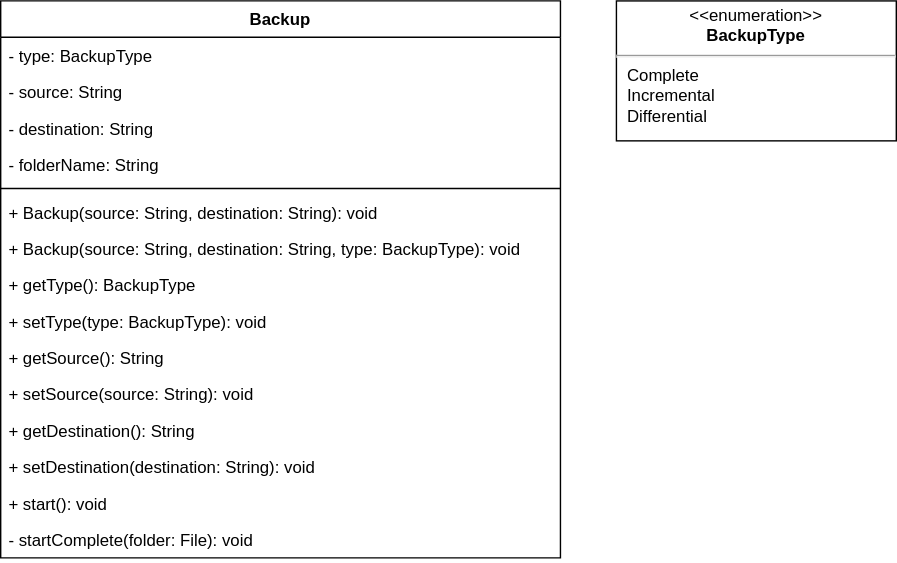
The draw.io diagram diagrams/classes.drawio.svg in MickTK/BackupSystem, before a commit. Source tidied: cells renumbered, new cells last; positions are measured from the earlier drawing's top-left corner, leaving out a move shared by most shapes.
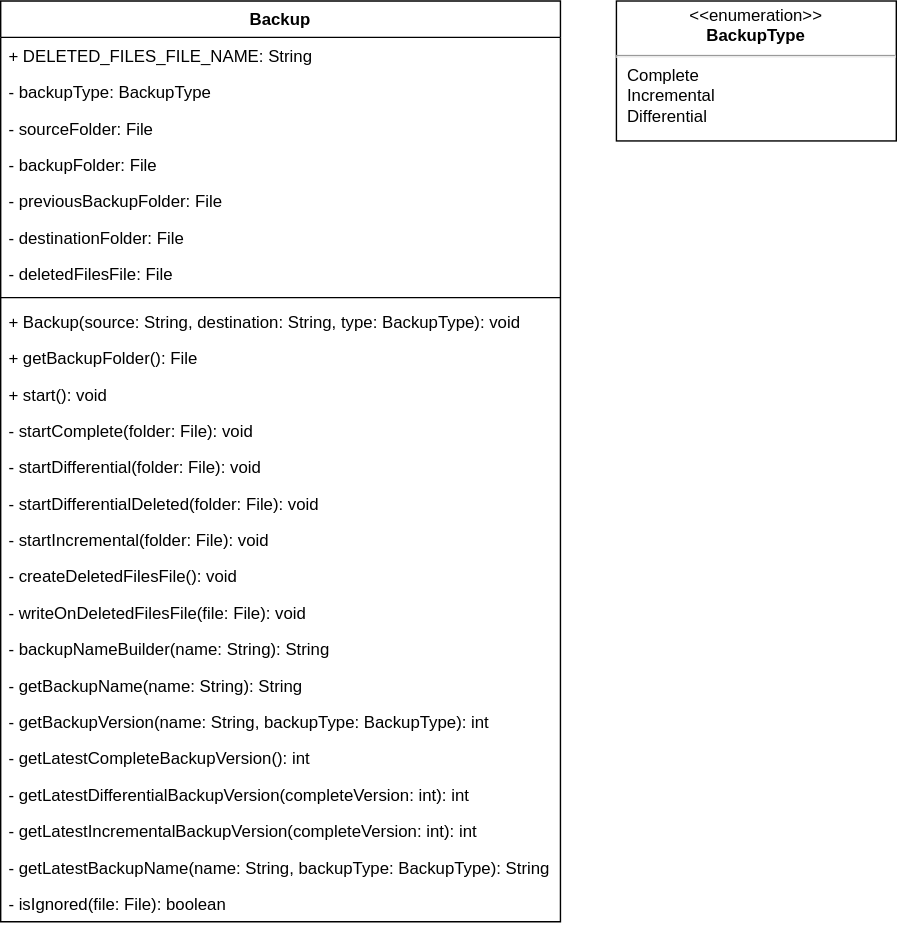
After the commit.

Commit message:
Diagramma e interfaccia

What changed in the source:
```diff
@@ -3,53 +3,83 @@
     <mxCell id="0" />
     <mxCell id="1" parent="0" />
     <mxCell id="2" value="Backup" style="swimlane;fontStyle=1;align=center;verticalAlign=top;horizontal=1;startSize=26;" parent="1" vertex="1">
-      <mxGeometry width="400" height="398" as="geometry" />
+      <mxGeometry width="400" height="658" as="geometry" />
     </mxCell>
-    <mxCell id="3" value="- type: BackupType" style="text;strokeColor=none;fillColor=none;align=left;verticalAlign=top;spacingLeft=4;spacingRight=4;overflow=hidden;" parent="2" vertex="1">
+    <mxCell id="3" value="+ DELETED_FILES_FILE_NAME: String" style="text;strokeColor=none;fillColor=none;align=left;verticalAlign=top;spacingLeft=4;spacingRight=4;overflow=hidden;" parent="2" vertex="1">
       <mxGeometry y="26" width="400" height="26" as="geometry" />
     </mxCell>
-    <mxCell id="4" value="- source: String" style="text;strokeColor=none;fillColor=none;align=left;verticalAlign=top;spacingLeft=4;spacingRight=4;overflow=hidden;" parent="2" vertex="1">
+    <mxCell id="4" value="- backupType: BackupType" style="text;strokeColor=none;fillColor=none;align=left;verticalAlign=top;spacingLeft=4;spacingRight=4;overflow=hidden;" parent="2" vertex="1">
       <mxGeometry y="52" width="400" height="26" as="geometry" />
     </mxCell>
-    <mxCell id="5" value="- destination: String" style="text;strokeColor=none;fillColor=none;align=left;verticalAlign=top;spacingLeft=4;spacingRight=4;overflow=hidden;" parent="2" vertex="1">
+    <mxCell id="5" value="- sourceFolder: File" style="text;strokeColor=none;fillColor=none;align=left;verticalAlign=top;spacingLeft=4;spacingRight=4;overflow=hidden;" parent="2" vertex="1">
       <mxGeometry y="78" width="400" height="26" as="geometry" />
     </mxCell>
-    <mxCell id="6" value="- folderName: String" style="text;strokeColor=none;fillColor=none;align=left;verticalAlign=top;spacingLeft=4;spacingRight=4;overflow=hidden;" parent="2" vertex="1">
+    <mxCell id="6" value="- backupFolder: File" style="text;strokeColor=none;fillColor=none;align=left;verticalAlign=top;spacingLeft=4;spacingRight=4;overflow=hidden;" parent="2" vertex="1">
       <mxGeometry y="104" width="400" height="26" as="geometry" />
     </mxCell>
+    <mxCell id="19" value="- previousBackupFolder: File" style="text;strokeColor=none;fillColor=none;align=left;verticalAlign=top;spacingLeft=4;spacingRight=4;overflow=hidden;" parent="2" vertex="1">
+      <mxGeometry y="130" width="400" height="26" as="geometry" />
+    </mxCell>
+    <mxCell id="20" value="- destinationFolder: File" style="text;strokeColor=none;fillColor=none;align=left;verticalAlign=top;spacingLeft=4;spacingRight=4;overflow=hidden;" parent="2" vertex="1">
+      <mxGeometry y="156" width="400" height="26" as="geometry" />
+    </mxCell>
+    <mxCell id="21" value="- deletedFilesFile: File" style="text;strokeColor=none;fillColor=none;align=left;verticalAlign=top;spacingLeft=4;spacingRight=4;overflow=hidden;" parent="2" vertex="1">
+      <mxGeometry y="182" width="400" height="26" as="geometry" />
+    </mxCell>
     <mxCell id="7" style="line;strokeWidth=1;fillColor=none;align=left;verticalAlign=middle;spacingTop=-1;spacingLeft=3;spacingRight=3;labelPosition=right;strokeColor=inherit;" parent="2" vertex="1">
-      <mxGeometry y="130" width="400" height="8" as="geometry" />
+      <mxGeometry y="208" width="400" height="8" as="geometry" />
     </mxCell>
-    <mxCell id="8" value="+ Backup(source: String, destination: String): void" style="text;strokeColor=none;fillColor=none;align=left;verticalAlign=top;spacingLeft=4;spacingRight=4;overflow=hidden;" parent="2" vertex="1">
-      <mxGeometry y="138" width="400" height="26" as="geometry" />
-    </mxCell>
     <mxCell id="9" value="+ Backup(source: String, destination: String, type: BackupType): void" style="text;strokeColor=none;fillColor=none;align=left;verticalAlign=top;spacingLeft=4;spacingRight=4;overflow=hidden;" parent="2" vertex="1">
-      <mxGeometry y="164" width="400" height="26" as="geometry" />
+      <mxGeometry y="216" width="400" height="26" as="geometry" />
     </mxCell>
-    <mxCell id="10" value="+ getType(): BackupType" style="text;strokeColor=none;fillColor=none;align=left;verticalAlign=top;spacingLeft=4;spacingRight=4;overflow=hidden;" parent="2" vertex="1">
-      <mxGeometry y="190" width="400" height="26" as="geometry" />
+    <mxCell id="10" value="+ getBackupFolder(): File" style="text;strokeColor=none;fillColor=none;align=left;verticalAlign=top;spacingLeft=4;spacingRight=4;overflow=hidden;" parent="2" vertex="1">
+      <mxGeometry y="242" width="400" height="26" as="geometry" />
     </mxCell>
-    <mxCell id="11" value="+ setType(type: BackupType): void" style="text;strokeColor=none;fillColor=none;align=left;verticalAlign=top;spacingLeft=4;spacingRight=4;overflow=hidden;" parent="2" vertex="1">
-      <mxGeometry y="216" width="400" height="26" as="geometry" />
+    <mxCell id="11" value="+ start(): void" style="text;strokeColor=none;fillColor=none;align=left;verticalAlign=top;spacingLeft=4;spacingRight=4;overflow=hidden;" parent="2" vertex="1">
+      <mxGeometry y="268" width="400" height="26" as="geometry" />
     </mxCell>
-    <mxCell id="12" value="+ getSource(): String" style="text;strokeColor=none;fillColor=none;align=left;verticalAlign=top;spacingLeft=4;spacingRight=4;overflow=hidden;" parent="2" vertex="1">
-      <mxGeometry y="242" width="400" height="26" as="geometry" />
+    <mxCell id="12" value="- startComplete(folder: File): void" style="text;strokeColor=none;fillColor=none;align=left;verticalAlign=top;spacingLeft=4;spacingRight=4;overflow=hidden;" parent="2" vertex="1">
+      <mxGeometry y="294" width="400" height="26" as="geometry" />
     </mxCell>
-    <mxCell id="13" value="+ setSource(source: String): void" style="text;strokeColor=none;fillColor=none;align=left;verticalAlign=top;spacingLeft=4;spacingRight=4;overflow=hidden;" parent="2" vertex="1">
-      <mxGeometry y="268" width="400" height="26" as="geometry" />
+    <mxCell id="13" value="- startDifferential(folder: File): void" style="text;strokeColor=none;fillColor=none;align=left;verticalAlign=top;spacingLeft=4;spacingRight=4;overflow=hidden;" parent="2" vertex="1">
+      <mxGeometry y="320" width="400" height="26" as="geometry" />
     </mxCell>
-    <mxCell id="14" value="+ getDestination(): String" style="text;strokeColor=none;fillColor=none;align=left;verticalAlign=top;spacingLeft=4;spacingRight=4;overflow=hidden;" parent="2" vertex="1">
-      <mxGeometry y="294" width="400" height="26" as="geometry" />
+    <mxCell id="14" value="- startDifferentialDeleted(folder: File): void" style="text;strokeColor=none;fillColor=none;align=left;verticalAlign=top;spacingLeft=4;spacingRight=4;overflow=hidden;" parent="2" vertex="1">
+      <mxGeometry y="346" width="400" height="26" as="geometry" />
     </mxCell>
-    <mxCell id="15" value="+ setDestination(destination: String): void" style="text;strokeColor=none;fillColor=none;align=left;verticalAlign=top;spacingLeft=4;spacingRight=4;overflow=hidden;" parent="2" vertex="1">
-      <mxGeometry y="320" width="400" height="26" as="geometry" />
+    <mxCell id="15" value="- startIncremental(folder: File): void" style="text;strokeColor=none;fillColor=none;align=left;verticalAlign=top;spacingLeft=4;spacingRight=4;overflow=hidden;" parent="2" vertex="1">
+      <mxGeometry y="372" width="400" height="26" as="geometry" />
     </mxCell>
-    <mxCell id="16" value="+ start(): void" style="text;strokeColor=none;fillColor=none;align=left;verticalAlign=top;spacingLeft=4;spacingRight=4;overflow=hidden;" parent="2" vertex="1">
-      <mxGeometry y="346" width="400" height="26" as="geometry" />
+    <mxCell id="16" value="- createDeletedFilesFile(): void" style="text;strokeColor=none;fillColor=none;align=left;verticalAlign=top;spacingLeft=4;spacingRight=4;overflow=hidden;" parent="2" vertex="1">
+      <mxGeometry y="398" width="400" height="26" as="geometry" />
     </mxCell>
-    <mxCell id="17" value="- startComplete(folder: File): void" style="text;strokeColor=none;fillColor=none;align=left;verticalAlign=top;spacingLeft=4;spacingRight=4;overflow=hidden;" parent="2" vertex="1">
-      <mxGeometry y="372" width="400" height="26" as="geometry" />
+    <mxCell id="17" value="- writeOnDeletedFilesFile(file: File): void" style="text;strokeColor=none;fillColor=none;align=left;verticalAlign=top;spacingLeft=4;spacingRight=4;overflow=hidden;" parent="2" vertex="1">
+      <mxGeometry y="424" width="400" height="26" as="geometry" />
     </mxCell>
+    <mxCell id="22" value="- backupNameBuilder(name: String): String" style="text;strokeColor=none;fillColor=none;align=left;verticalAlign=top;spacingLeft=4;spacingRight=4;overflow=hidden;" parent="2" vertex="1">
+      <mxGeometry y="450" width="400" height="26" as="geometry" />
+    </mxCell>
+    <mxCell id="23" value="- getBackupName(name: String): String" style="text;strokeColor=none;fillColor=none;align=left;verticalAlign=top;spacingLeft=4;spacingRight=4;overflow=hidden;" parent="2" vertex="1">
+      <mxGeometry y="476" width="400" height="26" as="geometry" />
+    </mxCell>
+    <mxCell id="24" value="- getBackupVersion(name: String, backupType: BackupType): int" style="text;strokeColor=none;fillColor=none;align=left;verticalAlign=top;spacingLeft=4;spacingRight=4;overflow=hidden;" parent="2" vertex="1">
+      <mxGeometry y="502" width="400" height="26" as="geometry" />
+    </mxCell>
+    <mxCell id="25" value="- getLatestCompleteBackupVersion(): int" style="text;strokeColor=none;fillColor=none;align=left;verticalAlign=top;spacingLeft=4;spacingRight=4;overflow=hidden;" parent="2" vertex="1">
+      <mxGeometry y="528" width="400" height="26" as="geometry" />
+    </mxCell>
+    <mxCell id="26" value="- getLatestDifferentialBackupVersion(completeVersion: int): int" style="text;strokeColor=none;fillColor=none;align=left;verticalAlign=top;spacingLeft=4;spacingRight=4;overflow=hidden;" parent="2" vertex="1">
+      <mxGeometry y="554" width="400" height="26" as="geometry" />
+    </mxCell>
+    <mxCell id="27" value="- getLatestIncrementalBackupVersion(completeVersion: int): int" style="text;strokeColor=none;fillColor=none;align=left;verticalAlign=top;spacingLeft=4;spacingRight=4;overflow=hidden;" parent="2" vertex="1">
+      <mxGeometry y="580" width="400" height="26" as="geometry" />
+    </mxCell>
+    <mxCell id="28" value="- getLatestBackupName(name: String, backupType: BackupType): String" style="text;strokeColor=none;fillColor=none;align=left;verticalAlign=top;spacingLeft=4;spacingRight=4;overflow=hidden;" parent="2" vertex="1">
+      <mxGeometry y="606" width="400" height="26" as="geometry" />
+    </mxCell>
+    <mxCell id="29" value="- isIgnored(file: File): boolean" style="text;strokeColor=none;fillColor=none;align=left;verticalAlign=top;spacingLeft=4;spacingRight=4;overflow=hidden;" parent="2" vertex="1">
+      <mxGeometry y="632" width="400" height="26" as="geometry" />
+    </mxCell>
     <mxCell id="18" value="&lt;p style=&quot;margin:0px;margin-top:4px;text-align:center;&quot;&gt;&amp;lt;&amp;lt;enumeration&amp;gt;&amp;gt;&lt;br&gt;&lt;b&gt;BackupType&lt;/b&gt;&lt;/p&gt;&lt;hr&gt;&lt;p style=&quot;margin:0px;margin-left:8px;text-align:left;&quot;&gt;Complete&lt;/p&gt;&lt;p style=&quot;margin:0px;margin-left:8px;text-align:left;&quot;&gt;Incremental&lt;/p&gt;&lt;p style=&quot;margin:0px;margin-left:8px;text-align:left;&quot;&gt;Differential&lt;br&gt;&lt;/p&gt;" style="shape=rect;html=1;overflow=fill;whiteSpace=wrap;" parent="1" vertex="1">
       <mxGeometry x="440" width="200" height="100" as="geometry" />
     </mxCell>
```
